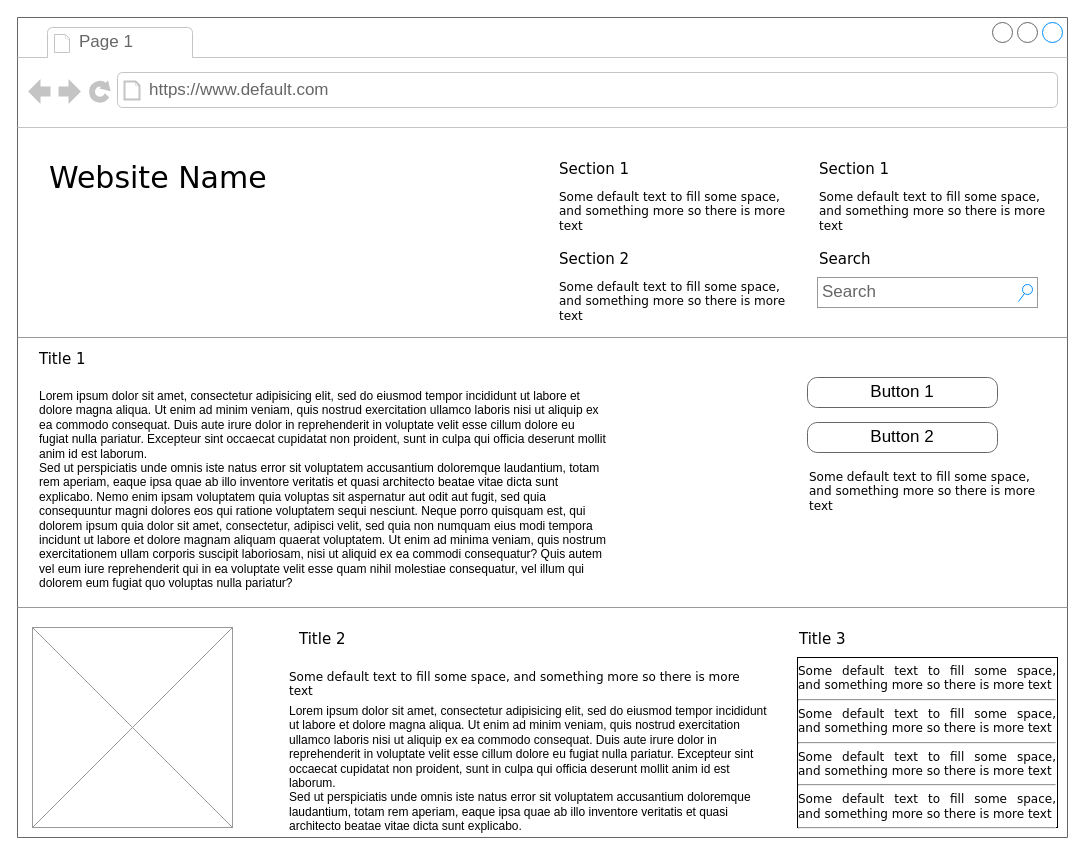
Above: 名称未設定ファイル.drawio in Ayasa/drawio (draw.io), before the change. Source tidied: cells renumbered, new cells numbered last; positions are measured from the earlier drawing's top-left corner, leaving out a move shared by most shapes. Both pictures are drawn from the tidied source at 100%, with x=0, y=0 at pixel (17, 17).
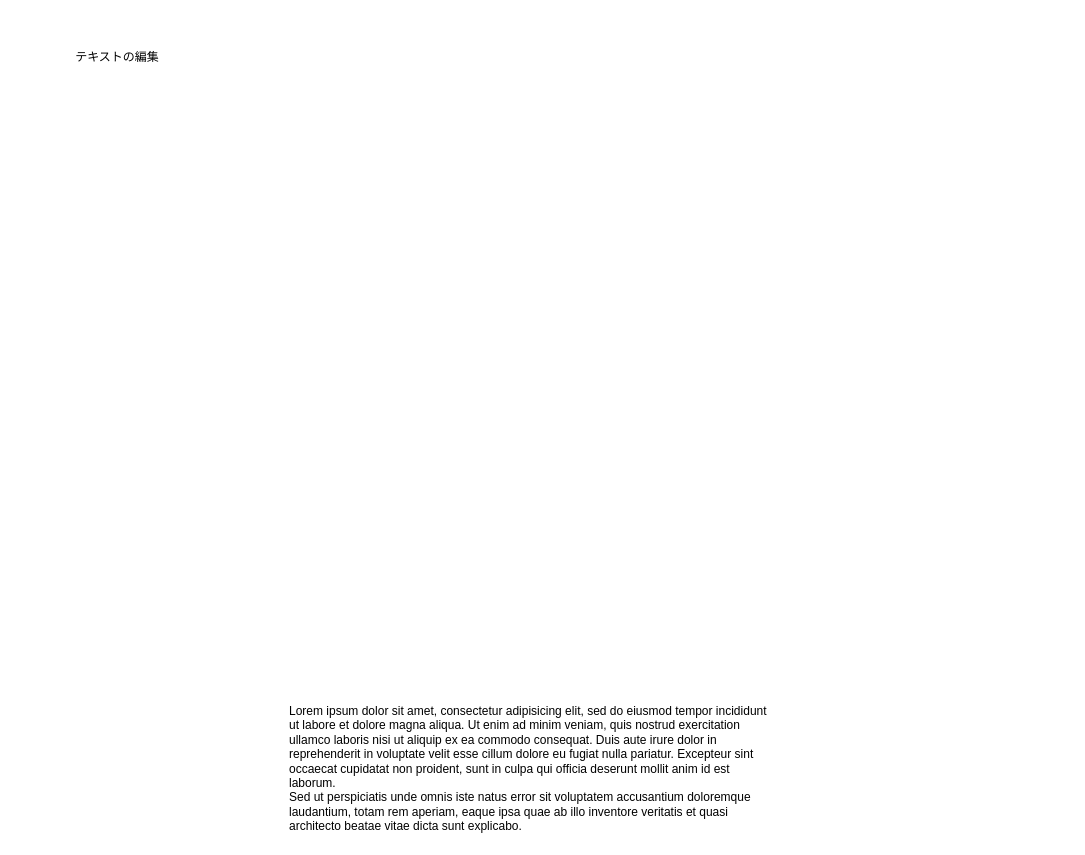
The same diagram, later.

Commit message:
資料の作成をdrawioで行う

Change to the diagram source:
```diff
@@
-    <mxCell id="2" style="strokeWidth=1;shadow=0;dashed=0;align=center;html=1;shape=mxgraph.mockup.containers.browserWindow;rSize=0;strokeColor=#666666;mainText=,;rounded=0;labelBackgroundColor=none;fontFamily=Verdana;fontSize=12;" parent="1" vertex="1">
-      <mxGeometry width="1050" height="820" as="geometry" />
-    </mxCell>
-    <mxCell id="3" value="Page 1" style="strokeWidth=1;shadow=0;dashed=0;align=center;html=1;shape=mxgraph.mockup.containers.anchor;fontSize=17;fontColor=#666666;align=left;" parent="2" vertex="1">
-      <mxGeometry x="60" y="12" width="110" height="26" as="geometry" />
-    </mxCell>
-    <mxCell id="4" value="https://www.default.com" style="strokeWidth=1;shadow=0;dashed=0;align=center;html=1;shape=mxgraph.mockup.containers.anchor;rSize=0;fontSize=17;fontColor=#666666;align=left;" parent="2" vertex="1">
-      <mxGeometry x="130" y="60" width="250" height="26" as="geometry" />
-    </mxCell>
-    <mxCell id="5" value="Website Name" style="text;html=1;align=left;verticalAlign=top;spacingTop=-4;fontSize=30;fontFamily=Verdana;" parent="2" vertex="1">
-      <mxGeometry x="30" y="140" width="340" height="50" as="geometry" />
-    </mxCell>
-    <mxCell id="6" value="Section 1" style="text;html=1;align=left;verticalAlign=top;spacingTop=-4;fontSize=15;fontFamily=Verdana;" parent="2" vertex="1">
-      <mxGeometry x="540" y="140" width="170" height="30" as="geometry" />
-    </mxCell>
-    <mxCell id="7" value="Some default text to fill some space, and&amp;nbsp;&lt;span&gt;something more so there is more text&lt;/span&gt;" style="text;html=1;align=left;verticalAlign=top;spacingTop=-4;fontSize=12;fontFamily=Verdana;whiteSpace=wrap;" parent="2" vertex="1">
-      <mxGeometry x="540" y="170" width="240" height="40" as="geometry" />
-    </mxCell>
-    <mxCell id="8" value="Section 2" style="text;html=1;align=left;verticalAlign=top;spacingTop=-4;fontSize=15;fontFamily=Verdana;" parent="2" vertex="1">
-      <mxGeometry x="540" y="230" width="170" height="30" as="geometry" />
-    </mxCell>
-    <mxCell id="9" value="Some default text to fill some space, and&amp;nbsp;&lt;span&gt;something more so there is more text&lt;/span&gt;" style="text;html=1;align=left;verticalAlign=top;spacingTop=-4;fontSize=12;fontFamily=Verdana;whiteSpace=wrap;" parent="2" vertex="1">
-      <mxGeometry x="540" y="260" width="240" height="40" as="geometry" />
-    </mxCell>
-    <mxCell id="10" value="Section 1" style="text;html=1;align=left;verticalAlign=top;spacingTop=-4;fontSize=15;fontFamily=Verdana;" parent="2" vertex="1">
-      <mxGeometry x="800" y="140" width="170" height="30" as="geometry" />
-    </mxCell>
-    <mxCell id="11" value="Some default text to fill some space, and&amp;nbsp;&lt;span&gt;something more so there is more text&lt;/span&gt;" style="text;html=1;align=left;verticalAlign=top;spacingTop=-4;fontSize=12;fontFamily=Verdana;whiteSpace=wrap;" parent="2" vertex="1">
-      <mxGeometry x="800" y="170" width="240" height="40" as="geometry" />
-    </mxCell>
-    <mxCell id="12" value="Search" style="text;html=1;align=left;verticalAlign=top;spacingTop=-4;fontSize=15;fontFamily=Verdana;" parent="2" vertex="1">
-      <mxGeometry x="800" y="230" width="170" height="30" as="geometry" />
-    </mxCell>
-    <mxCell id="13" value="Search" style="strokeWidth=1;shadow=0;dashed=0;align=center;html=1;shape=mxgraph.mockup.forms.searchBox;strokeColor=#999999;mainText=;strokeColor2=#008cff;fontColor=#666666;fontSize=17;align=left;spacingLeft=3;rounded=0;labelBackgroundColor=none;" parent="2" vertex="1">
-      <mxGeometry x="800" y="260" width="220" height="30" as="geometry" />
-    </mxCell>
-    <mxCell id="14" style="verticalLabelPosition=bottom;shadow=0;dashed=0;align=center;html=1;verticalAlign=top;strokeWidth=1;shape=mxgraph.mockup.markup.line;strokeColor=#999999;rounded=0;labelBackgroundColor=none;fillColor=#ffffff;fontFamily=Verdana;fontSize=12;fontColor=#000000;" parent="2" vertex="1">
-      <mxGeometry y="310" width="1050" height="20" as="geometry" />
-    </mxCell>
-    <mxCell id="15" value="Title 1" style="text;html=1;align=left;verticalAlign=top;spacingTop=-4;fontSize=15;fontFamily=Verdana;" parent="2" vertex="1">
-      <mxGeometry x="20" y="330" width="170" height="30" as="geometry" />
-    </mxCell>
-    <mxCell id="16" value="Lorem ipsum dolor sit amet, consectetur adipisicing elit, sed do eiusmod tempor incididunt ut labore et dolore magna aliqua. Ut enim ad minim veniam, quis nostrud exercitation ullamco laboris nisi ut aliquip ex ea commodo consequat. Duis aute irure dolor in reprehenderit in voluptate velit esse cillum dolore eu fugiat nulla pariatur. Excepteur sint occaecat cupidatat non proident, sunt in culpa qui officia deserunt mollit anim id est laborum.&#10;Sed ut perspiciatis unde omnis iste natus error sit voluptatem accusantium doloremque laudantium, totam rem aperiam, eaque ipsa quae ab illo inventore veritatis et quasi architecto beatae vitae dicta sunt explicabo. Nemo enim ipsam voluptatem quia voluptas sit aspernatur aut odit aut fugit, sed quia consequuntur magni dolores eos qui ratione voluptatem sequi nesciunt. Neque porro quisquam est, qui dolorem ipsum quia dolor sit amet, consectetur, adipisci velit, sed quia non numquam eius modi tempora incidunt ut labore et dolore magnam aliquam quaerat voluptatem. Ut enim ad minima veniam, quis nostrum exercitationem ullam corporis suscipit laboriosam, nisi ut aliquid ex ea commodi consequatur? Quis autem vel eum iure reprehenderit qui in ea voluptate velit esse quam nihil molestiae consequatur, vel illum qui dolorem eum fugiat quo voluptas nulla pariatur?" style="text;spacingTop=-5;whiteSpace=wrap;html=1;align=left;fontSize=12;fontFamily=Helvetica;fillColor=none;strokeColor=none;rounded=0;shadow=1;labelBackgroundColor=none;" parent="2" vertex="1">
-      <mxGeometry x="20" y="370" width="570" height="240" as="geometry" />
-    </mxCell>
-    <mxCell id="17" value="Button 1" style="strokeWidth=1;shadow=0;dashed=0;align=center;html=1;shape=mxgraph.mockup.buttons.button;strokeColor=#666666;mainText=;buttonStyle=round;fontSize=17;fontStyle=0;fillColor=none;whiteSpace=wrap;rounded=0;labelBackgroundColor=none;" parent="2" vertex="1">
-      <mxGeometry x="790" y="360" width="190" height="30" as="geometry" />
-    </mxCell>
-    <mxCell id="18" value="Button 2" style="strokeWidth=1;shadow=0;dashed=0;align=center;html=1;shape=mxgraph.mockup.buttons.button;strokeColor=#666666;mainText=;buttonStyle=round;fontSize=17;fontStyle=0;fillColor=none;whiteSpace=wrap;rounded=0;labelBackgroundColor=none;" parent="2" vertex="1">
-      <mxGeometry x="790" y="405" width="190" height="30" as="geometry" />
-    </mxCell>
-    <mxCell id="19" value="Some default text to fill some space, and&amp;nbsp;&lt;span&gt;something more so there is more text&lt;/span&gt;" style="text;html=1;align=left;verticalAlign=top;spacingTop=-4;fontSize=12;fontFamily=Verdana;whiteSpace=wrap;" parent="2" vertex="1">
-      <mxGeometry x="790" y="450" width="240" height="40" as="geometry" />
-    </mxCell>
-    <mxCell id="20" style="verticalLabelPosition=bottom;shadow=0;dashed=0;align=center;html=1;verticalAlign=top;strokeWidth=1;shape=mxgraph.mockup.markup.line;strokeColor=#999999;rounded=0;labelBackgroundColor=none;fillColor=#ffffff;fontFamily=Verdana;fontSize=12;fontColor=#000000;" parent="2" vertex="1">
-      <mxGeometry y="580" width="1050" height="20" as="geometry" />
-    </mxCell>
-    <mxCell id="21" style="verticalLabelPosition=bottom;shadow=0;dashed=0;align=center;html=1;verticalAlign=top;strokeWidth=1;shape=mxgraph.mockup.graphics.simpleIcon;strokeColor=#999999;fillColor=#ffffff;rounded=0;labelBackgroundColor=none;fontFamily=Verdana;fontSize=12;fontColor=#000000;" parent="2" vertex="1">
-      <mxGeometry x="15" y="610" width="200" height="200" as="geometry" />
-    </mxCell>
-    <mxCell id="22" value="Title 2" style="text;html=1;align=left;verticalAlign=top;spacingTop=-4;fontSize=15;fontFamily=Verdana;" parent="2" vertex="1">
-      <mxGeometry x="280" y="610" width="170" height="30" as="geometry" />
-    </mxCell>
-    <mxCell id="23" value="Title 3" style="text;html=1;align=left;verticalAlign=top;spacingTop=-4;fontSize=15;fontFamily=Verdana;" parent="2" vertex="1">
-      <mxGeometry x="780" y="610" width="170" height="30" as="geometry" />
-    </mxCell>
-    <mxCell id="24" value="&lt;div style=&quot;text-align: justify&quot;&gt;&lt;span&gt;Some default text to fill some space, and&amp;nbsp;&lt;/span&gt;&lt;span&gt;something more so there is more text&lt;/span&gt;&lt;/div&gt;&lt;div style=&quot;text-align: justify&quot;&gt;&lt;hr id=&quot;null&quot; style=&quot;text-align: justify&quot;&gt;&lt;span&gt;&lt;div style=&quot;text-align: justify&quot;&gt;&lt;span&gt;Some default text to fill some space, and&amp;nbsp;&lt;/span&gt;&lt;span&gt;something more so there is more text&lt;/span&gt;&lt;/div&gt;&lt;/span&gt;&lt;/div&gt;&lt;hr id=&quot;null&quot; style=&quot;text-align: justify&quot;&gt;&lt;span&gt;&lt;div style=&quot;text-align: justify&quot;&gt;&lt;span&gt;Some default text to fill some space, and&amp;nbsp;&lt;/span&gt;&lt;span&gt;something more so there is more text&lt;/span&gt;&lt;/div&gt;&lt;/span&gt;&lt;hr id=&quot;null&quot; style=&quot;text-align: justify&quot;&gt;&lt;span&gt;&lt;div style=&quot;text-align: justify&quot;&gt;&lt;span&gt;Some default text to fill some space, and&amp;nbsp;&lt;/span&gt;&lt;span&gt;something more so there is more text&lt;/span&gt;&lt;/div&gt;&lt;/span&gt;&lt;hr id=&quot;null&quot; style=&quot;text-align: left&quot;&gt;" style="whiteSpace=wrap;html=1;rounded=0;shadow=0;labelBackgroundColor=none;strokeWidth=1;fontFamily=Verdana;fontSize=12;align=center;verticalAlign=top;" parent="2" vertex="1">
-      <mxGeometry x="780" y="640" width="260" height="170" as="geometry" />
-    </mxCell>
-    <mxCell id="25" value="Some default text to fill some space, and&amp;nbsp;&lt;span&gt;something more so there is more text&lt;/span&gt;" style="text;html=1;align=left;verticalAlign=top;spacingTop=-4;fontSize=12;fontFamily=Verdana;whiteSpace=wrap;" parent="2" vertex="1">
-      <mxGeometry x="270" y="650" width="470" height="40" as="geometry" />
-    </mxCell>
@@
+    <mxCell id="27" value="&lt;font color=&quot;#000000&quot;&gt;テキストの編集&lt;/font&gt;" style="text;html=1;strokeColor=none;fillColor=none;align=center;verticalAlign=middle;whiteSpace=wrap;rounded=0;" parent="1" vertex="1">
+      <mxGeometry x="10" y="10" width="180" height="60" as="geometry" />
+    </mxCell>
```
